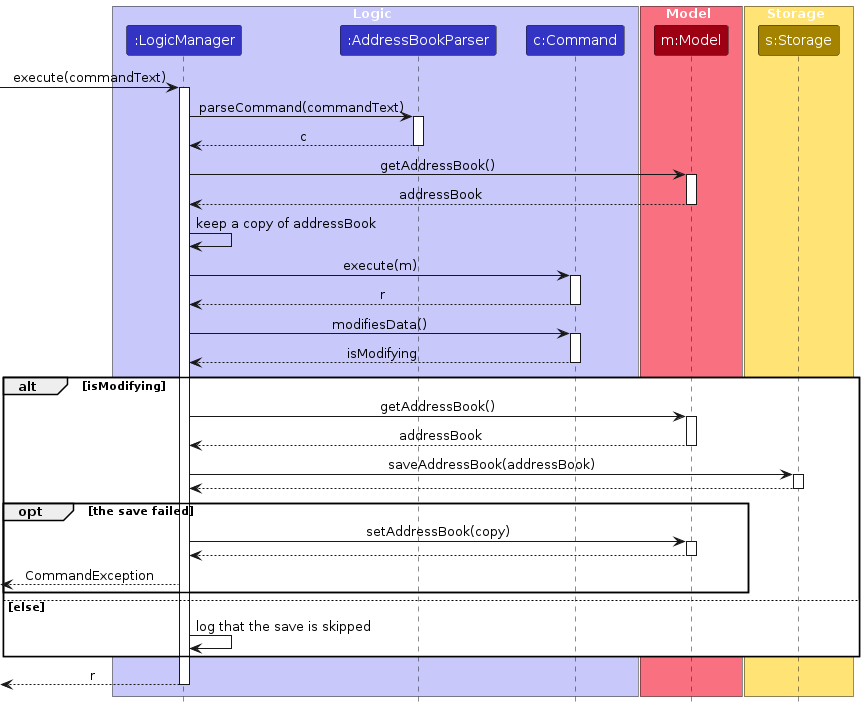
The PlantUML diagram diagrams/SaveSequenceDiagram.png in AY2627S1-CS2103T-T08-1/tp, before a commit. Its source is kept beside it as diagrams/SaveSequenceDiagram.puml.
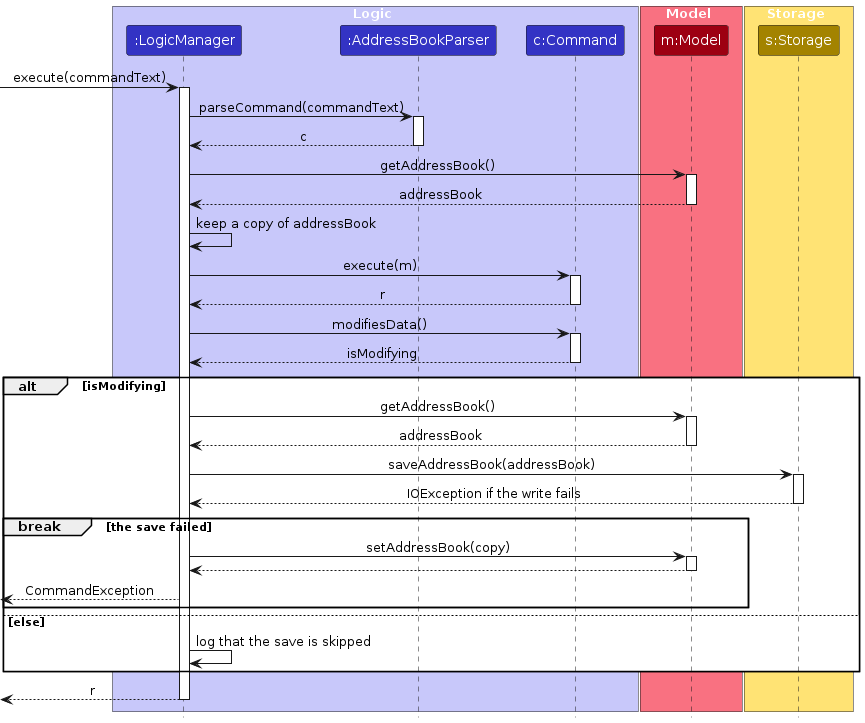
The same diagram one commit later.

Change to the diagram source:
```diff
@@ -55,10 +55,10 @@
     LogicManager -> Storage : saveAddressBook(addressBook)
     activate Storage
 
-    Storage --> LogicManager
+    Storage --> LogicManager : IOException if the write fails
     deactivate Storage
 
-    opt the save failed
+    break the save failed
         LogicManager -> Model : setAddressBook(copy)
         activate Model
 
```
